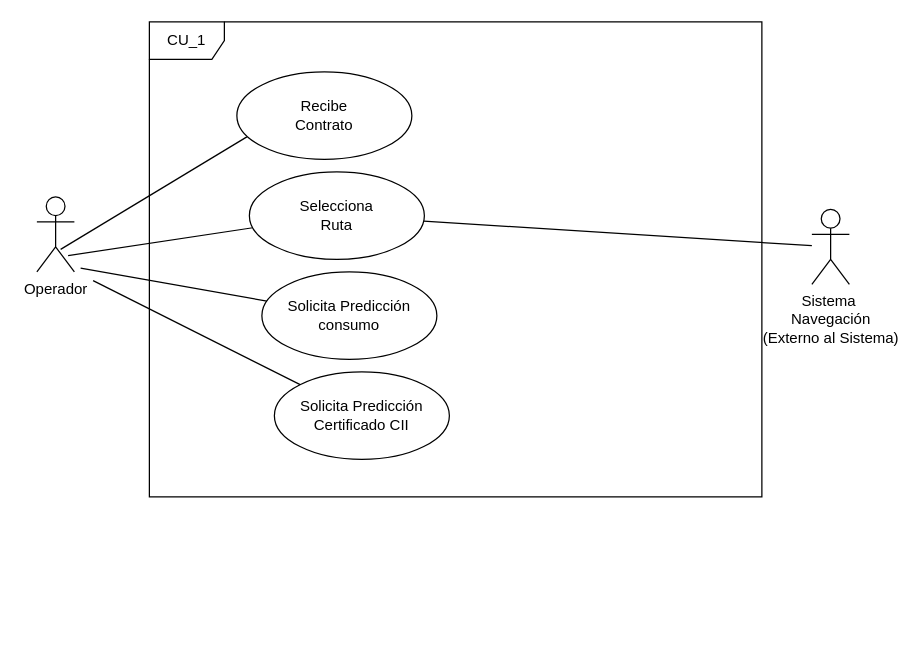
This is CU1.drawio from jdiazfer/ADS_Practica1, a draw.io file, before an edit. Source tidied: cells renumbered, new cells numbered last; positions are measured from the earlier drawing's top-left corner, leaving out a move shared by most shapes. Both pictures are drawn from the tidied source at 125%, with x=0, y=0 at pixel (36, 21).
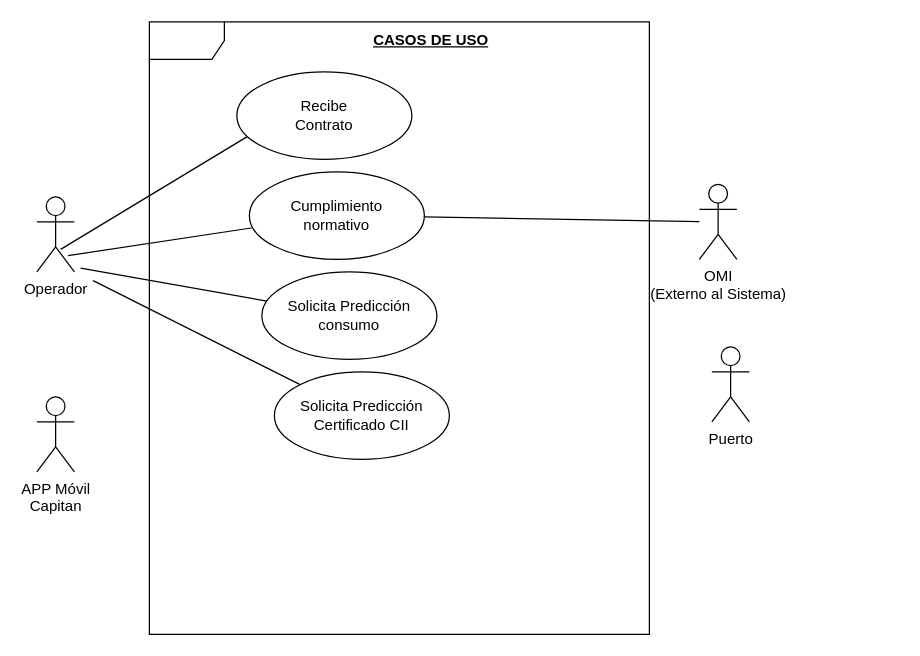
The same diagram, later.

What changed in the source:
```diff
@@
 <mxGraphModel>
   <root>
     <mxCell id="0" />
     <mxCell id="1" parent="0" />
     <mxCell id="2" value="Operador" style="shape=umlActor;verticalLabelPosition=bottom;verticalAlign=top;html=1;" parent="1" vertex="1">
       <mxGeometry y="140" width="30" height="60" as="geometry" />
     </mxCell>
-    <mxCell id="3" value="CU_1" style="shape=umlFrame;whiteSpace=wrap;html=1;" parent="1" vertex="1">
-      <mxGeometry x="90" width="490" height="380" as="geometry" />
+    <mxCell id="3" style="shape=umlFrame;whiteSpace=wrap;html=1;" parent="1" vertex="1">
+      <mxGeometry x="90" width="400" height="490" as="geometry" />
     </mxCell>
     <mxCell id="4" value="&lt;div&gt;Recibe&lt;/div&gt;&lt;div&gt;Contrato&lt;br&gt;&lt;/div&gt;" style="ellipse;whiteSpace=wrap;html=1;" parent="1" vertex="1">
       <mxGeometry x="160" y="40" width="140" height="70" as="geometry" />
     </mxCell>
     <mxCell id="5" style="endArrow=none;html=1;rounded=0;exitX=0.633;exitY=0.7;exitDx=0;exitDy=0;exitPerimeter=0;entryX=0.057;entryY=0.743;entryDx=0;entryDy=0;entryPerimeter=0;" parent="1" edge="1" source="2" target="4">
       <mxGeometry relative="1" as="geometry" />
     </mxCell>
-    <mxCell id="6" value="&lt;div&gt;Selecciona &lt;br&gt;&lt;/div&gt;&lt;div&gt;Ruta&lt;br&gt;&lt;/div&gt;" style="ellipse;whiteSpace=wrap;html=1;" parent="1" vertex="1">
+    <mxCell id="6" value="&lt;div&gt;Cumplimiento&lt;/div&gt;&lt;div&gt;normativo&lt;br&gt;&lt;/div&gt;" style="ellipse;whiteSpace=wrap;html=1;" parent="1" vertex="1">
       <mxGeometry x="170" y="120" width="140" height="70" as="geometry" />
     </mxCell>
     <mxCell id="7" style="endArrow=none;html=1;rounded=0;exitX=0.833;exitY=0.783;exitDx=0;exitDy=0;exitPerimeter=0;" parent="1" edge="1" source="2" target="6">
       <mxGeometry relative="1" as="geometry" />
     </mxCell>
     <mxCell id="8" value="&lt;div&gt;Solicita Predicción&lt;/div&gt;&lt;div&gt;consumo&lt;br&gt;&lt;/div&gt;" style="ellipse;whiteSpace=wrap;html=1;" parent="1" vertex="1">
       <mxGeometry x="180" y="200" width="140" height="70" as="geometry" />
     </mxCell>
     <mxCell id="9" style="endArrow=none;html=1;rounded=0;exitX=0.833;exitY=0.783;exitDx=0;exitDy=0;exitPerimeter=0;" parent="1" edge="1" target="8">
       <mxGeometry relative="1" as="geometry">
         <mxPoint x="35" y="197" as="sourcePoint" />
       </mxGeometry>
     </mxCell>
     <mxCell id="10" value="&lt;div&gt;Solicita Predicción&lt;/div&gt;&lt;div&gt;Certificado CII&lt;br&gt;&lt;/div&gt;" style="ellipse;whiteSpace=wrap;html=1;" parent="1" vertex="1">
       <mxGeometry x="190" y="280" width="140" height="70" as="geometry" />
     </mxCell>
     <mxCell id="11" style="endArrow=none;html=1;rounded=0;exitX=0.833;exitY=0.783;exitDx=0;exitDy=0;exitPerimeter=0;" parent="1" edge="1" target="10">
       <mxGeometry relative="1" as="geometry">
         <mxPoint x="45" y="207" as="sourcePoint" />
       </mxGeometry>
     </mxCell>
-    <mxCell id="12" value="&lt;div&gt;Sistema&amp;nbsp;&lt;/div&gt;&lt;div&gt;Navegación&lt;/div&gt;&lt;div&gt;(Externo al Sistema)&lt;br&gt;&lt;/div&gt;" style="shape=umlActor;verticalLabelPosition=bottom;verticalAlign=top;html=1;outlineConnect=0;" parent="1" vertex="1">
-      <mxGeometry x="620" y="150" width="30" height="60" as="geometry" />
+    <mxCell id="12" value="OMI&lt;div&gt;(Externo al Sistema)&lt;br&gt;&lt;/div&gt;" style="shape=umlActor;verticalLabelPosition=bottom;verticalAlign=top;html=1;outlineConnect=0;" parent="1" vertex="1">
+      <mxGeometry x="530" y="130" width="30" height="60" as="geometry" />
     </mxCell>
     <mxCell id="13" style="endArrow=none;html=1;rounded=0;" parent="1" edge="1" source="6" target="12">
       <mxGeometry relative="1" as="geometry" />
     </mxCell>
+    <mxCell id="14" value="CASOS DE USO" style="text;html=1;align=center;verticalAlign=middle;strokeColor=none;fillColor=none;fontStyle=5;" parent="1" vertex="1">
+      <mxGeometry x="260" width="110" height="30" as="geometry" />
+    </mxCell>
+    <mxCell id="15" value="&lt;div&gt;APP Móvil&lt;/div&gt;&lt;div&gt;Capitan&lt;br&gt;&lt;/div&gt;" style="shape=umlActor;verticalLabelPosition=bottom;verticalAlign=top;html=1;" parent="1" vertex="1">
+      <mxGeometry y="300" width="30" height="60" as="geometry" />
+    </mxCell>
+    <mxCell id="16" value="&lt;div&gt;Puerto&lt;/div&gt;&lt;div&gt;&lt;br&gt;&lt;/div&gt;" style="shape=umlActor;verticalLabelPosition=bottom;verticalAlign=top;html=1;" parent="1" vertex="1">
+      <mxGeometry x="540" y="260" width="30" height="60" as="geometry" />
+    </mxCell>
   </root>
 </mxGraphModel>
```
